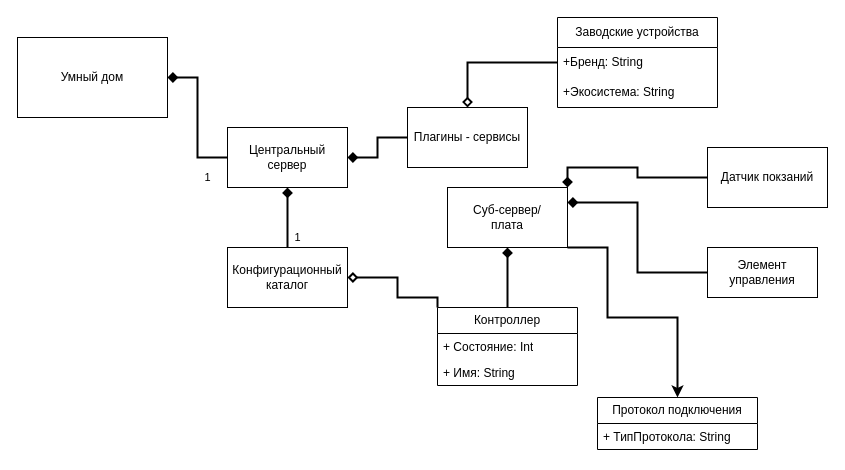
Above: LAB1/Диаграмма без названия.drawio in tireks/OOAP (draw.io), before the change. Source tidied: cells renumbered, new cells numbered last; positions are measured from the earlier drawing's top-left corner, leaving out a move shared by most shapes. Both pictures are drawn from the tidied source at 100%, with x=0, y=0 at pixel (17, 17).
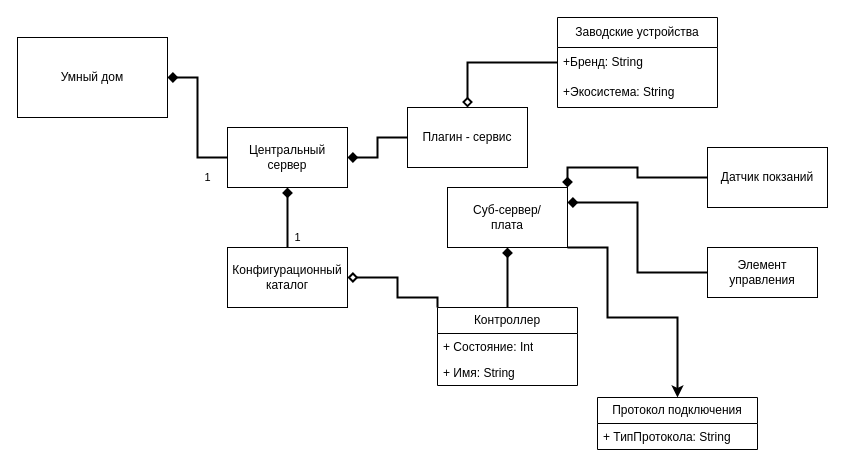
After the change.

Commit message:
Ver3upd

Change to the diagram source:
```diff
@@
-    <mxCell id="4" value="Плагины - сервисы" style="rounded=0;whiteSpace=wrap;html=1;" parent="1" vertex="1">
+    <mxCell id="4" value="Плагин - сервис" style="rounded=0;whiteSpace=wrap;html=1;" parent="1" vertex="1">
       <mxGeometry x="390" y="90" width="120" height="60" as="geometry" />
     </mxCell>
```
